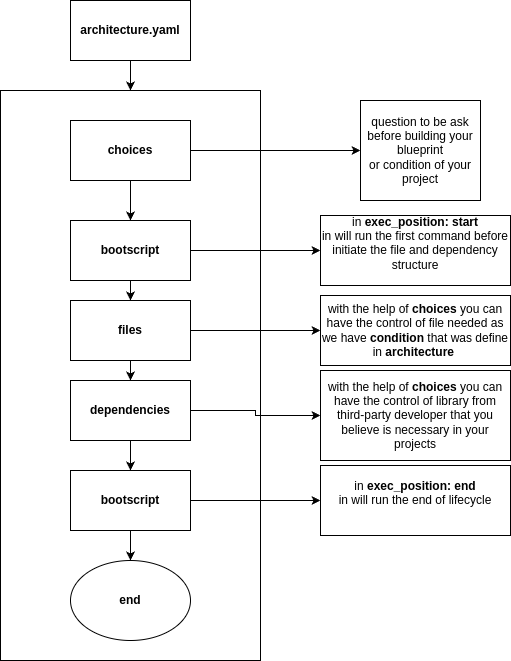
This is resource/diagram_architecture_lifecycle.png from fonipts/pluton-lobby, a draw.io export, as it was before one commit. Source tidied: cells renumbered, new cells last; positions are measured from the earlier drawing's top-left corner, leaving out a move shared by most shapes.
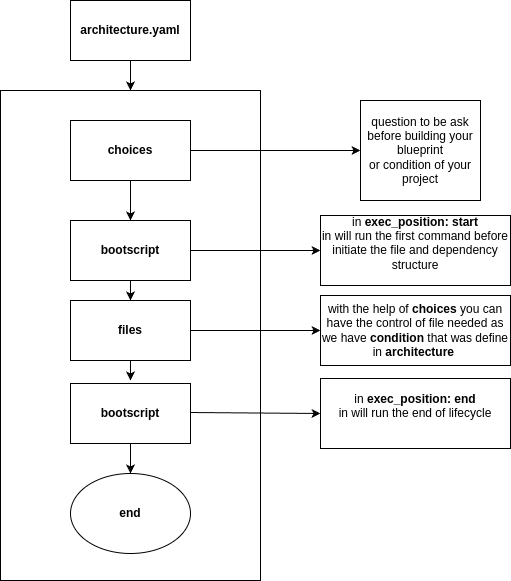
After the commit.

Commit message:
Fixing diagram in architecture image

Change to the diagram source:
```diff
@@ -9,7 +9,7 @@
       <mxGeometry x="70" width="120" height="60" as="geometry" />
     </mxCell>
     <mxCell id="4" style="rounded=0;whiteSpace=wrap;html=1;" parent="1" vertex="1">
-      <mxGeometry y="90" width="260" height="570" as="geometry" />
+      <mxGeometry y="90" width="260" height="490" as="geometry" />
     </mxCell>
     <mxCell id="5" style="edgeStyle=orthogonalEdgeStyle;rounded=0;jettySize=auto;html=1;exitX=1;exitY=0.5;exitDx=0;exitDy=0;entryX=0;entryY=0.5;entryDx=0;entryDy=0;" parent="1" edge="1" source="7" target="8">
       <mxGeometry relative="1" as="geometry" />
@@ -38,8 +38,10 @@
     <mxCell id="13" style="edgeStyle=orthogonalEdgeStyle;rounded=0;jettySize=auto;html=1;entryX=0;entryY=0.5;entryDx=0;entryDy=0;" parent="1" edge="1" source="15" target="16">
       <mxGeometry relative="1" as="geometry" />
     </mxCell>
-    <mxCell id="14" style="edgeStyle=orthogonalEdgeStyle;rounded=0;jettySize=auto;html=1;" parent="1" edge="1" source="15" target="19">
-      <mxGeometry relative="1" as="geometry" />
+    <mxCell id="14" style="edgeStyle=orthogonalEdgeStyle;rounded=0;jettySize=auto;html=1;" parent="1" edge="1" source="15">
+      <mxGeometry relative="1" as="geometry">
+        <mxPoint x="130" y="380" as="targetPoint" />
+      </mxGeometry>
     </mxCell>
     <mxCell id="15" value="&lt;b&gt;files&lt;/b&gt;" style="rounded=0;whiteSpace=wrap;html=1;" parent="1" vertex="1">
       <mxGeometry x="70" y="300" width="120" height="60" as="geometry" />
@@ -47,32 +49,22 @@
     <mxCell id="16" value="with the help of &lt;b&gt;choices &lt;/b&gt;you can have the control of file needed as we have &lt;b&gt;condition &lt;/b&gt;that was define in &lt;b&gt;architecture&lt;/b&gt;&amp;nbsp;" style="rounded=0;whiteSpace=wrap;html=1;" parent="1" vertex="1">
       <mxGeometry x="320" y="295" width="190" height="70" as="geometry" />
     </mxCell>
-    <mxCell id="17" style="edgeStyle=orthogonalEdgeStyle;rounded=0;jettySize=auto;html=1;entryX=0.5;entryY=0;entryDx=0;entryDy=0;" parent="1" edge="1" source="19" target="23">
-      <mxGeometry relative="1" as="geometry" />
-    </mxCell>
-    <mxCell id="18" style="edgeStyle=orthogonalEdgeStyle;rounded=0;jettySize=auto;html=1;entryX=0;entryY=0.5;entryDx=0;entryDy=0;" parent="1" edge="1" source="19" target="20">
-      <mxGeometry relative="1" as="geometry" />
-    </mxCell>
-    <mxCell id="19" value="&lt;b&gt;dependencies&lt;/b&gt;" style="rounded=0;whiteSpace=wrap;html=1;" parent="1" vertex="1">
-      <mxGeometry x="70" y="380" width="120" height="60" as="geometry" />
-    </mxCell>
-    <mxCell id="20" value="with the help of&amp;nbsp;&lt;b&gt;choices&amp;nbsp;&lt;/b&gt;you can have the control of library from third-party developer that you believe is necessary in your projects" style="rounded=0;whiteSpace=wrap;html=1;" parent="1" vertex="1">
-      <mxGeometry x="320" y="370" width="190" height="90" as="geometry" />
-    </mxCell>
     <mxCell id="21" style="edgeStyle=orthogonalEdgeStyle;rounded=0;jettySize=auto;html=1;entryX=0.5;entryY=0;entryDx=0;entryDy=0;" parent="1" edge="1" source="23" target="25">
       <mxGeometry relative="1" as="geometry" />
     </mxCell>
-    <mxCell id="22" style="edgeStyle=orthogonalEdgeStyle;rounded=0;jettySize=auto;html=1;entryX=0;entryY=0.5;entryDx=0;entryDy=0;" parent="1" edge="1" source="23" target="24">
-      <mxGeometry relative="1" as="geometry" />
+    <mxCell id="22" style="edgeStyle=orthogonalEdgeStyle;rounded=0;jettySize=auto;html=1;entryX=0;entryY=0.5;entryDx=0;entryDy=0;" parent="1" edge="1" target="24">
+      <mxGeometry relative="1" as="geometry">
+        <mxPoint x="190" y="412" as="sourcePoint" />
+      </mxGeometry>
     </mxCell>
     <mxCell id="23" value="&lt;b&gt;bootscript&lt;/b&gt;" style="rounded=0;whiteSpace=wrap;html=1;" parent="1" vertex="1">
-      <mxGeometry x="70" y="470" width="120" height="60" as="geometry" />
+      <mxGeometry x="70" y="383" width="120" height="60" as="geometry" />
     </mxCell>
     <mxCell id="24" value="in &lt;b&gt;exec_position: end&lt;/b&gt;&lt;br&gt;in will run the end of lifecycle&lt;div&gt;&lt;br&gt;&lt;/div&gt;" style="rounded=0;whiteSpace=wrap;html=1;" parent="1" vertex="1">
-      <mxGeometry x="320" y="465" width="190" height="70" as="geometry" />
+      <mxGeometry x="320" y="378" width="190" height="70" as="geometry" />
     </mxCell>
     <mxCell id="25" value="&lt;b&gt;end&lt;/b&gt;" style="ellipse;whiteSpace=wrap;html=1;" parent="1" vertex="1">
-      <mxGeometry x="70" y="560" width="120" height="80" as="geometry" />
+      <mxGeometry x="70" y="473" width="120" height="80" as="geometry" />
     </mxCell>
   </root>
 </mxGraphModel>
```
